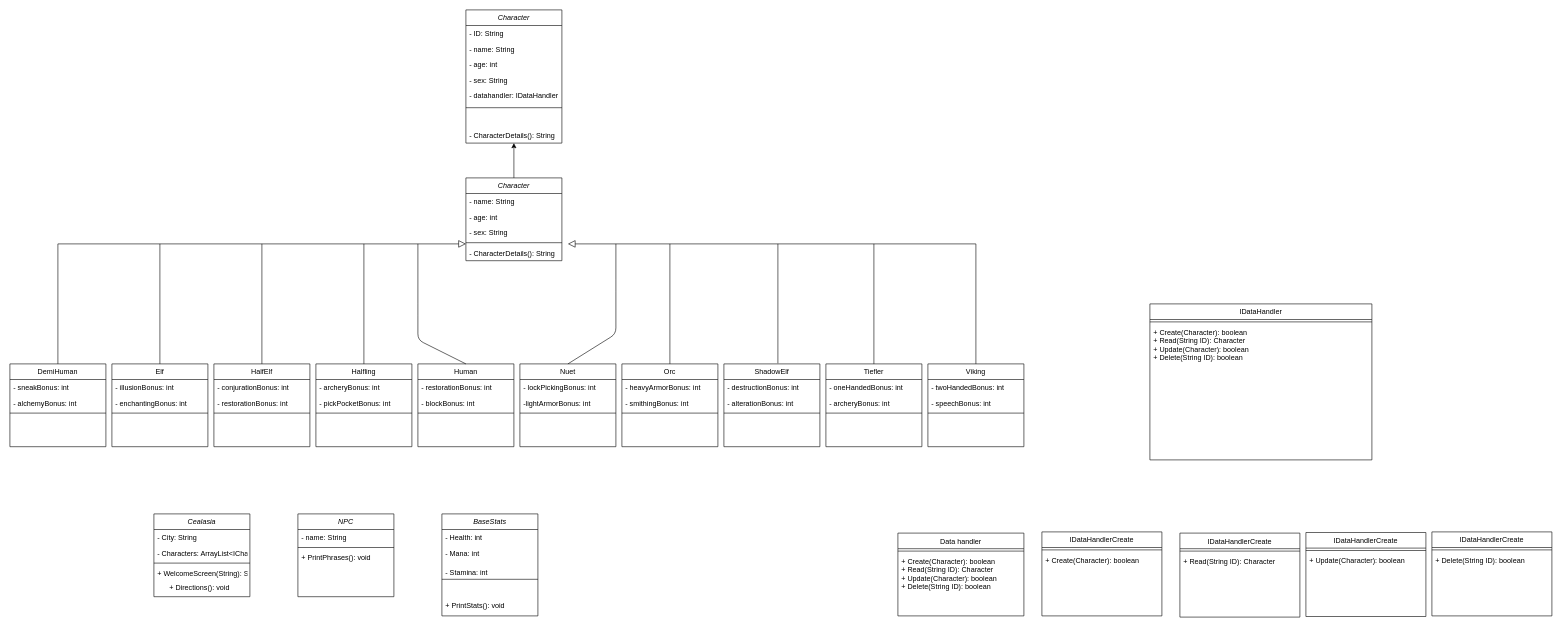
Earlier version of the draw.io diagram RPG.drawio (Uplift-Foundation/rpg). Source tidied: cells renumbered, new cells numbered last; positions are measured from the earlier drawing's top-left corner, leaving out a move shared by most shapes. Both pictures are drawn from the tidied source at 60%, with x=0, y=0 at pixel (10, 10).
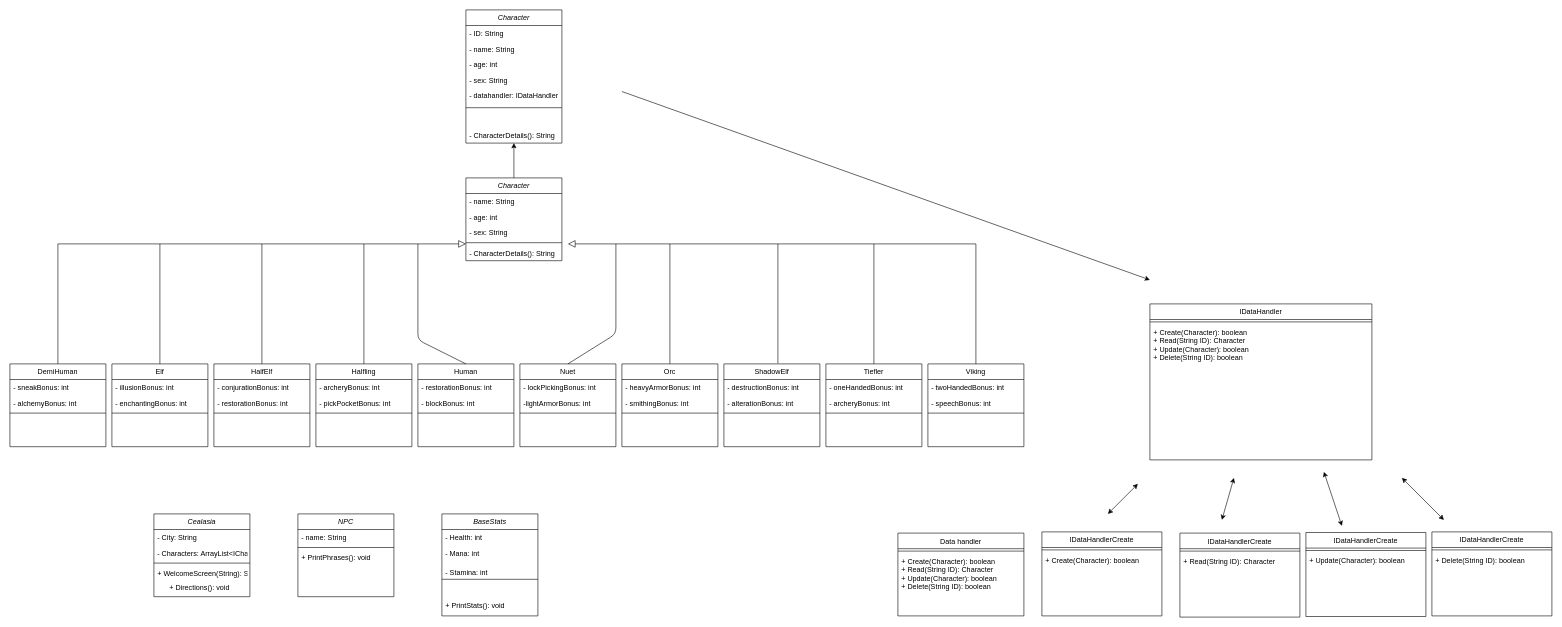
The same diagram, later.

Diff of the diagram source:
```diff
@@
+    <mxCell id="101" style="endArrow=classic;startArrow=classic;html=1;" parent="1" edge="1">
+      <mxGeometry relative="1" as="geometry">
+        <mxPoint x="1830" y="840" as="sourcePoint" />
+        <mxPoint x="1880" y="790" as="targetPoint" />
+      </mxGeometry>
+    </mxCell>
+    <mxCell id="102" style="endArrow=classic;startArrow=classic;html=1;" parent="1" edge="1">
+      <mxGeometry relative="1" as="geometry">
+        <mxPoint x="2020" y="850" as="sourcePoint" />
+        <mxPoint x="2040" y="780" as="targetPoint" />
+      </mxGeometry>
+    </mxCell>
+    <mxCell id="103" style="endArrow=classic;startArrow=classic;html=1;" parent="1" edge="1">
+      <mxGeometry relative="1" as="geometry">
+        <mxPoint x="2220" y="860" as="sourcePoint" />
+        <mxPoint x="2190" y="770" as="targetPoint" />
+      </mxGeometry>
+    </mxCell>
+    <mxCell id="104" style="endArrow=classic;startArrow=classic;html=1;" parent="1" edge="1">
+      <mxGeometry relative="1" as="geometry">
+        <mxPoint x="2390" y="850" as="sourcePoint" />
+        <mxPoint x="2320" y="780" as="targetPoint" />
+      </mxGeometry>
+    </mxCell>
+    <mxCell id="105" style="endArrow=classic;html=1;" parent="1" edge="1">
+      <mxGeometry relative="1" as="geometry">
+        <mxPoint x="1020" y="136" as="sourcePoint" />
+        <mxPoint x="1900" y="450" as="targetPoint" />
+      </mxGeometry>
+    </mxCell>
```
